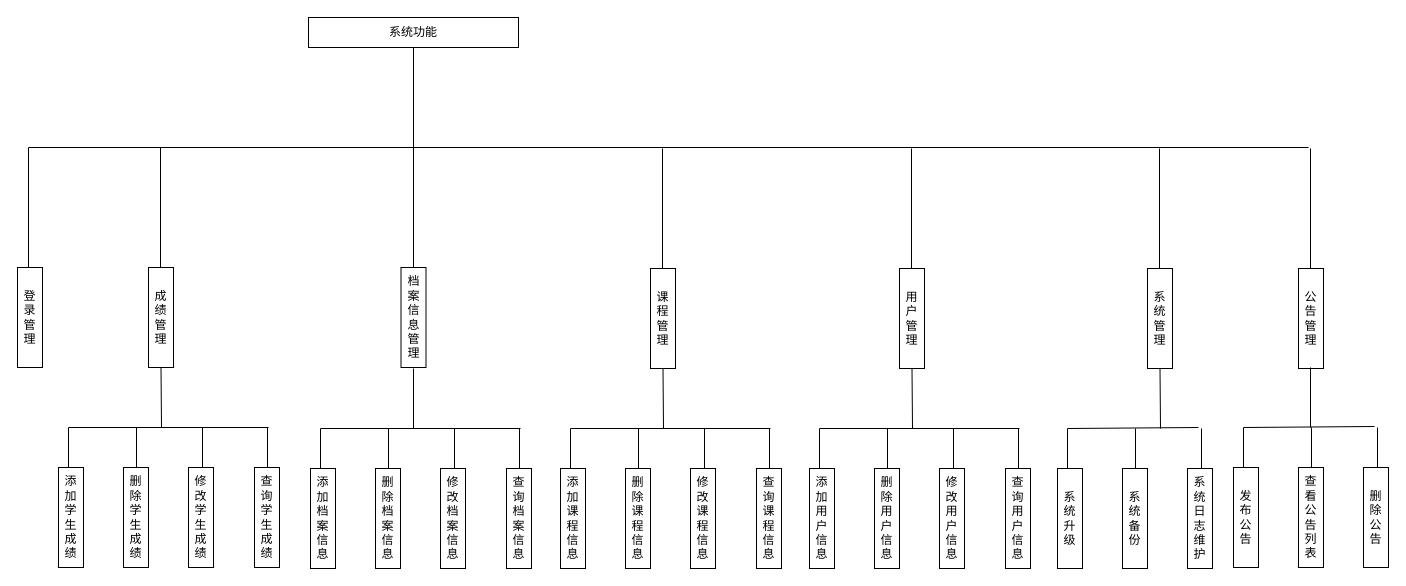
Earlier version of the draw.io diagram 用户功能结构图.drawio (creazy412/none). Source tidied: cells renumbered, new cells numbered last; positions are measured from the earlier drawing's top-left corner, leaving out a move shared by most shapes. Both pictures are drawn from the tidied source at 100%, with x=0, y=0 at pixel (17, 17).
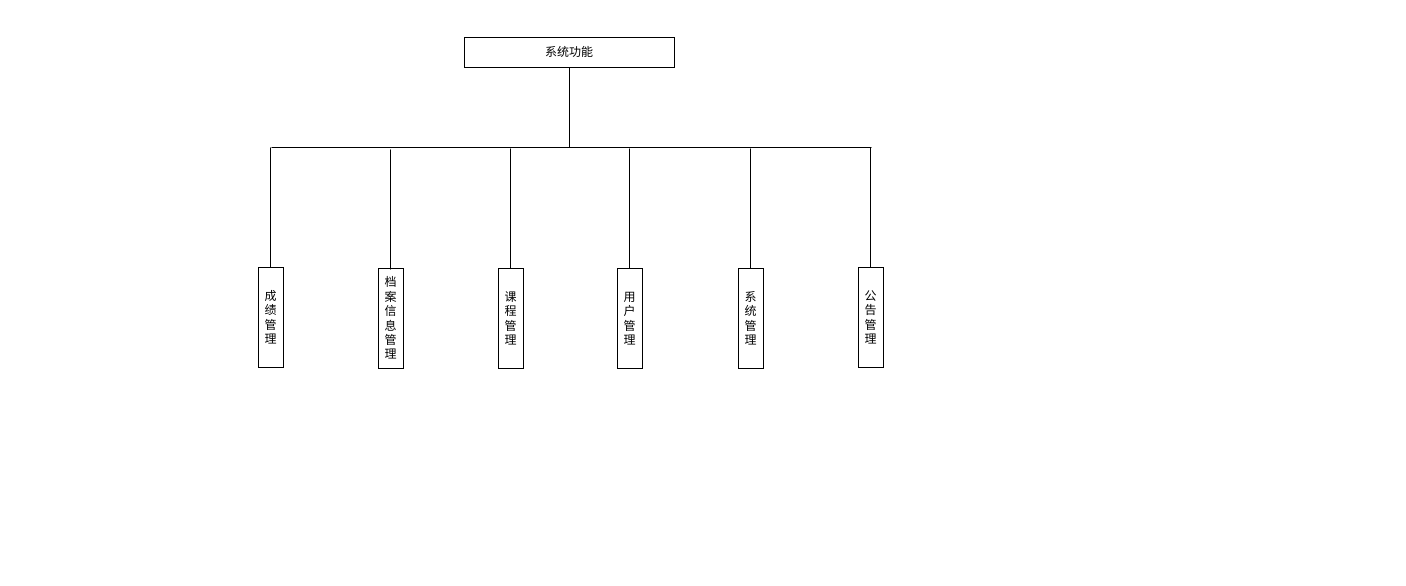
The same page after the edit.

The edit, as a diff of the source:
```diff
@@
     <mxCell id="2" value="系统功能" style="rounded=0;whiteSpace=wrap;html=1;" parent="1" vertex="1">
-      <mxGeometry x="291" width="210" height="30" as="geometry" />
+      <mxGeometry x="447" y="20" width="210" height="30" as="geometry" />
     </mxCell>
-    <mxCell id="3" style="endArrow=none;html=1;rounded=0;entryX=0.5;entryY=1;entryDx=0;entryDy=0;exitX=0.5;exitY=0;exitDx=0;exitDy=0;" parent="1" edge="1" source="4" target="2">
-      <mxGeometry relative="1" as="geometry" />
+    <mxCell id="3" style="endArrow=none;html=1;rounded=0;entryX=0.5;entryY=1;entryDx=0;entryDy=0;" parent="1" edge="1" target="2">
+      <mxGeometry relative="1" as="geometry">
+        <mxPoint x="552" y="130" as="sourcePoint" />
+      </mxGeometry>
     </mxCell>
     <mxCell id="4" value="档案信息管理" style="rounded=0;whiteSpace=wrap;html=1;" parent="1" vertex="1">
-      <mxGeometry x="383.5" y="250" width="25" height="100" as="geometry" />
+      <mxGeometry x="361" y="251" width="25" height="100" as="geometry" />
     </mxCell>
     <mxCell id="5" style="endArrow=none;html=1;rounded=0;" parent="1" edge="1">
       <mxGeometry relative="1" as="geometry">
-        <mxPoint x="11" y="130" as="sourcePoint" />
-        <mxPoint x="1291" y="130" as="targetPoint" />
+        <mxPoint x="254" y="130" as="sourcePoint" />
+        <mxPoint x="854" y="130" as="targetPoint" />
       </mxGeometry>
     </mxCell>
-    <mxCell id="6" style="endArrow=none;html=1;rounded=0;" parent="1" edge="1">
-      <mxGeometry relative="1" as="geometry">
-        <mxPoint x="11" y="250" as="sourcePoint" />
-        <mxPoint x="11" y="130" as="targetPoint" />
-      </mxGeometry>
-    </mxCell>
-    <mxCell id="7" value="登录管理" style="rounded=0;whiteSpace=wrap;html=1;" parent="1" vertex="1">
-      <mxGeometry y="250" width="25" height="100" as="geometry" />
-    </mxCell>
     <mxCell id="8" value="成绩管理" style="rounded=0;whiteSpace=wrap;html=1;" parent="1" vertex="1">
-      <mxGeometry x="131" y="250" width="25" height="100" as="geometry" />
+      <mxGeometry x="241" y="250" width="25" height="100" as="geometry" />
     </mxCell>
     <mxCell id="9" style="endArrow=none;html=1;rounded=0;" parent="1" edge="1">
       <mxGeometry relative="1" as="geometry">
-        <mxPoint x="143" y="250" as="sourcePoint" />
-        <mxPoint x="143" y="130" as="targetPoint" />
+        <mxPoint x="253" y="250" as="sourcePoint" />
+        <mxPoint x="253" y="130" as="targetPoint" />
       </mxGeometry>
     </mxCell>
-    <mxCell id="10" style="endArrow=none;html=1;rounded=0;entryX=0.5;entryY=1;entryDx=0;entryDy=0;" parent="1" edge="1" target="8">
-      <mxGeometry relative="1" as="geometry">
-        <mxPoint x="144" y="410" as="sourcePoint" />
-      </mxGeometry>
-    </mxCell>
-    <mxCell id="11" style="endArrow=none;html=1;rounded=0;" parent="1" edge="1">
-      <mxGeometry relative="1" as="geometry">
-        <mxPoint x="51" y="410" as="sourcePoint" />
-        <mxPoint x="251" y="410" as="targetPoint" />
-      </mxGeometry>
-    </mxCell>
-    <mxCell id="12" style="endArrow=none;html=1;rounded=0;" parent="1" edge="1">
-      <mxGeometry relative="1" as="geometry">
-        <mxPoint x="51" y="410" as="sourcePoint" />
-        <mxPoint x="51" y="450" as="targetPoint" />
-      </mxGeometry>
-    </mxCell>
-    <mxCell id="13" value="添加学生成绩" style="rounded=0;whiteSpace=wrap;html=1;" parent="1" vertex="1">
-      <mxGeometry x="41" y="450" width="25" height="100" as="geometry" />
-    </mxCell>
-    <mxCell id="14" value="删除学生成绩" style="rounded=0;whiteSpace=wrap;html=1;" parent="1" vertex="1">
-      <mxGeometry x="106" y="450" width="25" height="100" as="geometry" />
-    </mxCell>
-    <mxCell id="15" value="修改学生成绩" style="rounded=0;whiteSpace=wrap;html=1;" parent="1" vertex="1">
-      <mxGeometry x="171" y="450" width="25" height="100" as="geometry" />
-    </mxCell>
-    <mxCell id="16" value="查询学生成绩" style="rounded=0;whiteSpace=wrap;html=1;" parent="1" vertex="1">
-      <mxGeometry x="237" y="450" width="25" height="100" as="geometry" />
-    </mxCell>
-    <mxCell id="17" style="endArrow=none;html=1;rounded=0;" parent="1" edge="1">
-      <mxGeometry relative="1" as="geometry">
-        <mxPoint x="250" y="410" as="sourcePoint" />
-        <mxPoint x="250" y="450" as="targetPoint" />
-      </mxGeometry>
-    </mxCell>
-    <mxCell id="18" style="endArrow=none;html=1;rounded=0;" parent="1" edge="1">
-      <mxGeometry relative="1" as="geometry">
-        <mxPoint x="185" y="410" as="sourcePoint" />
-        <mxPoint x="185" y="450" as="targetPoint" />
-      </mxGeometry>
-    </mxCell>
-    <mxCell id="19" style="endArrow=none;html=1;rounded=0;" parent="1" edge="1">
-      <mxGeometry relative="1" as="geometry">
-        <mxPoint x="119" y="410" as="sourcePoint" />
-        <mxPoint x="119" y="450" as="targetPoint" />
-      </mxGeometry>
-    </mxCell>
-    <mxCell id="20" style="endArrow=none;html=1;rounded=0;entryX=0.5;entryY=1;entryDx=0;entryDy=0;" parent="1" edge="1">
-      <mxGeometry relative="1" as="geometry">
-        <mxPoint x="396" y="411" as="sourcePoint" />
-        <mxPoint x="396" y="351" as="targetPoint" />
-      </mxGeometry>
-    </mxCell>
-    <mxCell id="21" style="endArrow=none;html=1;rounded=0;" parent="1" edge="1">
-      <mxGeometry relative="1" as="geometry">
-        <mxPoint x="303" y="411" as="sourcePoint" />
-        <mxPoint x="503" y="411" as="targetPoint" />
-      </mxGeometry>
-    </mxCell>
-    <mxCell id="22" style="endArrow=none;html=1;rounded=0;" parent="1" edge="1">
-      <mxGeometry relative="1" as="geometry">
-        <mxPoint x="303" y="411" as="sourcePoint" />
-        <mxPoint x="303" y="451" as="targetPoint" />
-      </mxGeometry>
-    </mxCell>
-    <mxCell id="23" value="添加档案信息" style="rounded=0;whiteSpace=wrap;html=1;" parent="1" vertex="1">
-      <mxGeometry x="293" y="451" width="25" height="100" as="geometry" />
-    </mxCell>
-    <mxCell id="24" value="删除档案信息" style="rounded=0;whiteSpace=wrap;html=1;" parent="1" vertex="1">
-      <mxGeometry x="358" y="451" width="25" height="100" as="geometry" />
-    </mxCell>
-    <mxCell id="25" value="修改档案信息" style="rounded=0;whiteSpace=wrap;html=1;" parent="1" vertex="1">
-      <mxGeometry x="423" y="451" width="25" height="100" as="geometry" />
-    </mxCell>
-    <mxCell id="26" value="查询档案信息" style="rounded=0;whiteSpace=wrap;html=1;" parent="1" vertex="1">
-      <mxGeometry x="489" y="451" width="25" height="100" as="geometry" />
-    </mxCell>
-    <mxCell id="27" style="endArrow=none;html=1;rounded=0;" parent="1" edge="1">
-      <mxGeometry relative="1" as="geometry">
-        <mxPoint x="502" y="411" as="sourcePoint" />
-        <mxPoint x="502" y="451" as="targetPoint" />
-      </mxGeometry>
-    </mxCell>
-    <mxCell id="28" style="endArrow=none;html=1;rounded=0;" parent="1" edge="1">
-      <mxGeometry relative="1" as="geometry">
-        <mxPoint x="437" y="411" as="sourcePoint" />
-        <mxPoint x="437" y="451" as="targetPoint" />
-      </mxGeometry>
-    </mxCell>
-    <mxCell id="29" style="endArrow=none;html=1;rounded=0;" parent="1" edge="1">
-      <mxGeometry relative="1" as="geometry">
-        <mxPoint x="371" y="411" as="sourcePoint" />
-        <mxPoint x="371" y="451" as="targetPoint" />
-      </mxGeometry>
-    </mxCell>
     <mxCell id="30" value="课程管理" style="rounded=0;whiteSpace=wrap;html=1;" parent="1" vertex="1">
-      <mxGeometry x="633" y="251" width="25" height="100" as="geometry" />
+      <mxGeometry x="481" y="251" width="25" height="100" as="geometry" />
     </mxCell>
     <mxCell id="31" style="endArrow=none;html=1;rounded=0;" parent="1" edge="1">
       <mxGeometry relative="1" as="geometry">
-        <mxPoint x="645" y="251" as="sourcePoint" />
-        <mxPoint x="645" y="131" as="targetPoint" />
+        <mxPoint x="493" y="251" as="sourcePoint" />
+        <mxPoint x="493" y="131" as="targetPoint" />
       </mxGeometry>
     </mxCell>
-    <mxCell id="32" style="endArrow=none;html=1;rounded=0;entryX=0.5;entryY=1;entryDx=0;entryDy=0;" parent="1" edge="1" target="30">
-      <mxGeometry relative="1" as="geometry">
-        <mxPoint x="646" y="411" as="sourcePoint" />
-      </mxGeometry>
-    </mxCell>
-    <mxCell id="33" style="endArrow=none;html=1;rounded=0;" parent="1" edge="1">
-      <mxGeometry relative="1" as="geometry">
-        <mxPoint x="553" y="411" as="sourcePoint" />
-        <mxPoint x="753" y="411" as="targetPoint" />
-      </mxGeometry>
-    </mxCell>
-    <mxCell id="34" style="endArrow=none;html=1;rounded=0;" parent="1" edge="1">
-      <mxGeometry relative="1" as="geometry">
-        <mxPoint x="553" y="411" as="sourcePoint" />
-        <mxPoint x="553" y="451" as="targetPoint" />
-      </mxGeometry>
-    </mxCell>
-    <mxCell id="35" value="添加课程信息" style="rounded=0;whiteSpace=wrap;html=1;" parent="1" vertex="1">
-      <mxGeometry x="543" y="451" width="25" height="100" as="geometry" />
-    </mxCell>
-    <mxCell id="36" value="删除课程信息" style="rounded=0;whiteSpace=wrap;html=1;" parent="1" vertex="1">
-      <mxGeometry x="608" y="451" width="25" height="100" as="geometry" />
-    </mxCell>
-    <mxCell id="37" value="修改课程信息" style="rounded=0;whiteSpace=wrap;html=1;" parent="1" vertex="1">
-      <mxGeometry x="673" y="451" width="25" height="100" as="geometry" />
-    </mxCell>
-    <mxCell id="38" value="查询课程信息" style="rounded=0;whiteSpace=wrap;html=1;" parent="1" vertex="1">
-      <mxGeometry x="739" y="451" width="25" height="100" as="geometry" />
-    </mxCell>
-    <mxCell id="39" style="endArrow=none;html=1;rounded=0;" parent="1" edge="1">
-      <mxGeometry relative="1" as="geometry">
-        <mxPoint x="752" y="411" as="sourcePoint" />
-        <mxPoint x="752" y="451" as="targetPoint" />
-      </mxGeometry>
-    </mxCell>
-    <mxCell id="40" style="endArrow=none;html=1;rounded=0;" parent="1" edge="1">
-      <mxGeometry relative="1" as="geometry">
-        <mxPoint x="687" y="411" as="sourcePoint" />
-        <mxPoint x="687" y="451" as="targetPoint" />
-      </mxGeometry>
-    </mxCell>
-    <mxCell id="41" style="endArrow=none;html=1;rounded=0;" parent="1" edge="1">
-      <mxGeometry relative="1" as="geometry">
-        <mxPoint x="621" y="411" as="sourcePoint" />
-        <mxPoint x="621" y="451" as="targetPoint" />
-      </mxGeometry>
-    </mxCell>
     <mxCell id="42" value="用户管理" style="rounded=0;whiteSpace=wrap;html=1;" parent="1" vertex="1">
-      <mxGeometry x="882" y="251" width="25" height="100" as="geometry" />
+      <mxGeometry x="600" y="251" width="25" height="100" as="geometry" />
     </mxCell>
     <mxCell id="43" style="endArrow=none;html=1;rounded=0;" parent="1" edge="1">
       <mxGeometry relative="1" as="geometry">
-        <mxPoint x="894" y="251" as="sourcePoint" />
-        <mxPoint x="894" y="131" as="targetPoint" />
+        <mxPoint x="612" y="251" as="sourcePoint" />
+        <mxPoint x="612" y="131" as="targetPoint" />
       </mxGeometry>
     </mxCell>
-    <mxCell id="44" style="endArrow=none;html=1;rounded=0;entryX=0.5;entryY=1;entryDx=0;entryDy=0;" parent="1" edge="1" target="42">
-      <mxGeometry relative="1" as="geometry">
-        <mxPoint x="895" y="411" as="sourcePoint" />
-      </mxGeometry>
-    </mxCell>
-    <mxCell id="45" style="endArrow=none;html=1;rounded=0;" parent="1" edge="1">
-      <mxGeometry relative="1" as="geometry">
-        <mxPoint x="802" y="411" as="sourcePoint" />
-        <mxPoint x="1002" y="411" as="targetPoint" />
-      </mxGeometry>
-    </mxCell>
-    <mxCell id="46" value="添加用户信息" style="rounded=0;whiteSpace=wrap;html=1;" parent="1" vertex="1">
-      <mxGeometry x="792" y="451" width="25" height="100" as="geometry" />
-    </mxCell>
-    <mxCell id="47" value="删除用户信息" style="rounded=0;whiteSpace=wrap;html=1;" parent="1" vertex="1">
-      <mxGeometry x="857" y="451" width="25" height="100" as="geometry" />
-    </mxCell>
-    <mxCell id="48" value="修改用户信息" style="rounded=0;whiteSpace=wrap;html=1;" parent="1" vertex="1">
-      <mxGeometry x="922" y="451" width="25" height="100" as="geometry" />
-    </mxCell>
-    <mxCell id="49" value="查询用户信息" style="rounded=0;whiteSpace=wrap;html=1;" parent="1" vertex="1">
-      <mxGeometry x="988" y="451" width="25" height="100" as="geometry" />
-    </mxCell>
-    <mxCell id="50" style="endArrow=none;html=1;rounded=0;" parent="1" edge="1">
-      <mxGeometry relative="1" as="geometry">
-        <mxPoint x="1001" y="411" as="sourcePoint" />
-        <mxPoint x="1001" y="451" as="targetPoint" />
-      </mxGeometry>
-    </mxCell>
-    <mxCell id="51" style="endArrow=none;html=1;rounded=0;" parent="1" edge="1">
-      <mxGeometry relative="1" as="geometry">
-        <mxPoint x="936" y="411" as="sourcePoint" />
-        <mxPoint x="936" y="451" as="targetPoint" />
-      </mxGeometry>
-    </mxCell>
-    <mxCell id="52" style="endArrow=none;html=1;rounded=0;" parent="1" edge="1">
-      <mxGeometry relative="1" as="geometry">
-        <mxPoint x="870" y="411" as="sourcePoint" />
-        <mxPoint x="870" y="451" as="targetPoint" />
-      </mxGeometry>
-    </mxCell>
-    <mxCell id="53" style="endArrow=none;html=1;rounded=0;" parent="1" edge="1">
-      <mxGeometry relative="1" as="geometry">
-        <mxPoint x="802" y="411" as="sourcePoint" />
-        <mxPoint x="802" y="451" as="targetPoint" />
-      </mxGeometry>
-    </mxCell>
     <mxCell id="54" value="系统管理" style="rounded=0;whiteSpace=wrap;html=1;" parent="1" vertex="1">
-      <mxGeometry x="1130" y="251" width="25" height="100" as="geometry" />
+      <mxGeometry x="721" y="251" width="25" height="100" as="geometry" />
     </mxCell>
     <mxCell id="55" style="endArrow=none;html=1;rounded=0;" parent="1" edge="1">
       <mxGeometry relative="1" as="geometry">
-        <mxPoint x="1142" y="251" as="sourcePoint" />
-        <mxPoint x="1142" y="131" as="targetPoint" />
+        <mxPoint x="733" y="251" as="sourcePoint" />
+        <mxPoint x="733" y="131" as="targetPoint" />
       </mxGeometry>
     </mxCell>
-    <mxCell id="56" style="endArrow=none;html=1;rounded=0;entryX=0.5;entryY=1;entryDx=0;entryDy=0;" parent="1" edge="1" target="54">
-      <mxGeometry relative="1" as="geometry">
-        <mxPoint x="1143" y="411" as="sourcePoint" />
-      </mxGeometry>
-    </mxCell>
-    <mxCell id="57" style="endArrow=none;html=1;rounded=0;" parent="1" edge="1">
-      <mxGeometry relative="1" as="geometry">
-        <mxPoint x="1050" y="411" as="sourcePoint" />
-        <mxPoint x="1181" y="410" as="targetPoint" />
-      </mxGeometry>
-    </mxCell>
-    <mxCell id="58" value="系统升级" style="rounded=0;whiteSpace=wrap;html=1;" parent="1" vertex="1">
-      <mxGeometry x="1040" y="451" width="25" height="100" as="geometry" />
-    </mxCell>
-    <mxCell id="59" value="系统备份" style="rounded=0;whiteSpace=wrap;html=1;" parent="1" vertex="1">
-      <mxGeometry x="1105" y="451" width="25" height="100" as="geometry" />
-    </mxCell>
-    <mxCell id="60" value="系统日志维护" style="rounded=0;whiteSpace=wrap;html=1;" parent="1" vertex="1">
-      <mxGeometry x="1170" y="451" width="25" height="100" as="geometry" />
-    </mxCell>
-    <mxCell id="61" style="endArrow=none;html=1;rounded=0;" parent="1" edge="1">
-      <mxGeometry relative="1" as="geometry">
-        <mxPoint x="1184" y="411" as="sourcePoint" />
-        <mxPoint x="1184" y="451" as="targetPoint" />
-      </mxGeometry>
-    </mxCell>
-    <mxCell id="62" style="endArrow=none;html=1;rounded=0;" parent="1" edge="1">
-      <mxGeometry relative="1" as="geometry">
-        <mxPoint x="1118" y="411" as="sourcePoint" />
-        <mxPoint x="1118" y="451" as="targetPoint" />
-      </mxGeometry>
-    </mxCell>
-    <mxCell id="63" style="endArrow=none;html=1;rounded=0;" parent="1" edge="1">
-      <mxGeometry relative="1" as="geometry">
-        <mxPoint x="1050" y="411" as="sourcePoint" />
-        <mxPoint x="1050" y="451" as="targetPoint" />
-      </mxGeometry>
-    </mxCell>
     <mxCell id="64" value="公告管理" style="rounded=0;whiteSpace=wrap;html=1;" parent="1" vertex="1">
-      <mxGeometry x="1281" y="251" width="25" height="100" as="geometry" />
+      <mxGeometry x="841" y="250" width="25" height="100" as="geometry" />
     </mxCell>
     <mxCell id="65" style="endArrow=none;html=1;rounded=0;" parent="1" edge="1">
       <mxGeometry relative="1" as="geometry">
-        <mxPoint x="1293" y="251" as="sourcePoint" />
-        <mxPoint x="1293" y="131" as="targetPoint" />
+        <mxPoint x="853" y="250" as="sourcePoint" />
+        <mxPoint x="853" y="130" as="targetPoint" />
       </mxGeometry>
     </mxCell>
-    <mxCell id="66" style="endArrow=none;html=1;rounded=0;" parent="1" edge="1">
-      <mxGeometry relative="1" as="geometry">
-        <mxPoint x="1226" y="410" as="sourcePoint" />
-        <mxPoint x="1357" y="409" as="targetPoint" />
-      </mxGeometry>
-    </mxCell>
-    <mxCell id="67" value="发布公告" style="rounded=0;whiteSpace=wrap;html=1;" parent="1" vertex="1">
-      <mxGeometry x="1216" y="450" width="25" height="100" as="geometry" />
-    </mxCell>
-    <mxCell id="68" value="查看公告列表" style="rounded=0;whiteSpace=wrap;html=1;" parent="1" vertex="1">
-      <mxGeometry x="1281" y="450" width="25" height="100" as="geometry" />
-    </mxCell>
-    <mxCell id="69" value="删除公告" style="rounded=0;whiteSpace=wrap;html=1;" parent="1" vertex="1">
-      <mxGeometry x="1346" y="450" width="25" height="100" as="geometry" />
-    </mxCell>
-    <mxCell id="70" style="endArrow=none;html=1;rounded=0;" parent="1" edge="1">
-      <mxGeometry relative="1" as="geometry">
-        <mxPoint x="1360" y="410" as="sourcePoint" />
-        <mxPoint x="1360" y="450" as="targetPoint" />
-      </mxGeometry>
-    </mxCell>
-    <mxCell id="71" style="endArrow=none;html=1;rounded=0;" parent="1" edge="1">
-      <mxGeometry relative="1" as="geometry">
-        <mxPoint x="1294" y="410" as="sourcePoint" />
-        <mxPoint x="1294" y="450" as="targetPoint" />
-      </mxGeometry>
-    </mxCell>
-    <mxCell id="72" style="endArrow=none;html=1;rounded=0;" parent="1" edge="1">
-      <mxGeometry relative="1" as="geometry">
-        <mxPoint x="1226" y="410" as="sourcePoint" />
-        <mxPoint x="1226" y="450" as="targetPoint" />
-      </mxGeometry>
-    </mxCell>
-    <mxCell id="73" style="endArrow=none;html=1;rounded=0;entryX=0.5;entryY=1;entryDx=0;entryDy=0;" parent="1" edge="1">
-      <mxGeometry relative="1" as="geometry">
-        <mxPoint x="1293" y="410" as="sourcePoint" />
-        <mxPoint x="1293" y="350" as="targetPoint" />
-      </mxGeometry>
-    </mxCell>
+    <mxCell id="74" style="endArrow=none;html=1;rounded=0;" parent="1" edge="1">
+      <mxGeometry relative="1" as="geometry">
+        <mxPoint x="373" y="252" as="sourcePoint" />
+        <mxPoint x="373" y="132" as="targetPoint" />
+      </mxGeometry>
+    </mxCell>
```
